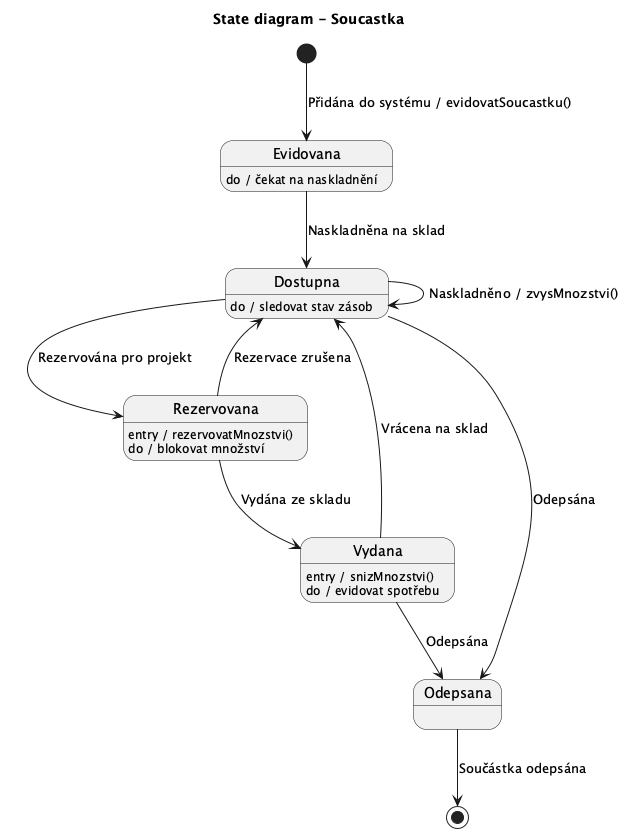
Earlier version of the PlantUML export docs/images/10_state_soucastka_projekt.png (lkvapil/wms-elektronicke-soucastky).
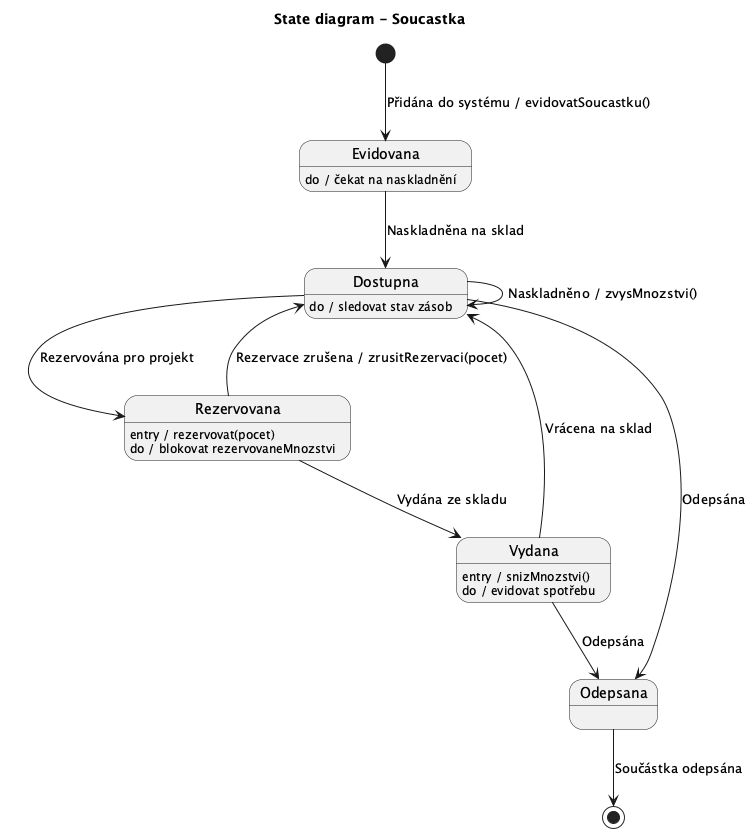
Above is the later version.

Commit message:
Soucastka – rezervovaneMnozstvi pro částečnou rezervaci množství

What changed in the source:
```diff
@@ -13,9 +13,9 @@
 Dostupna --> Rezervovana : Rezervována pro projekt
 Dostupna --> Odepsana : Odepsána
 
-Rezervovana : entry / rezervovatMnozstvi()
-Rezervovana : do / blokovat množství
-Rezervovana --> Dostupna : Rezervace zrušena
+Rezervovana : entry / rezervovat(pocet)
+Rezervovana : do / blokovat rezervovaneMnozstvi
+Rezervovana --> Dostupna : Rezervace zrušena / zrusitRezervaci(pocet)
 Rezervovana --> Vydana : Vydána ze skladu
 
 Vydana : entry / snizMnozstvi()
```
